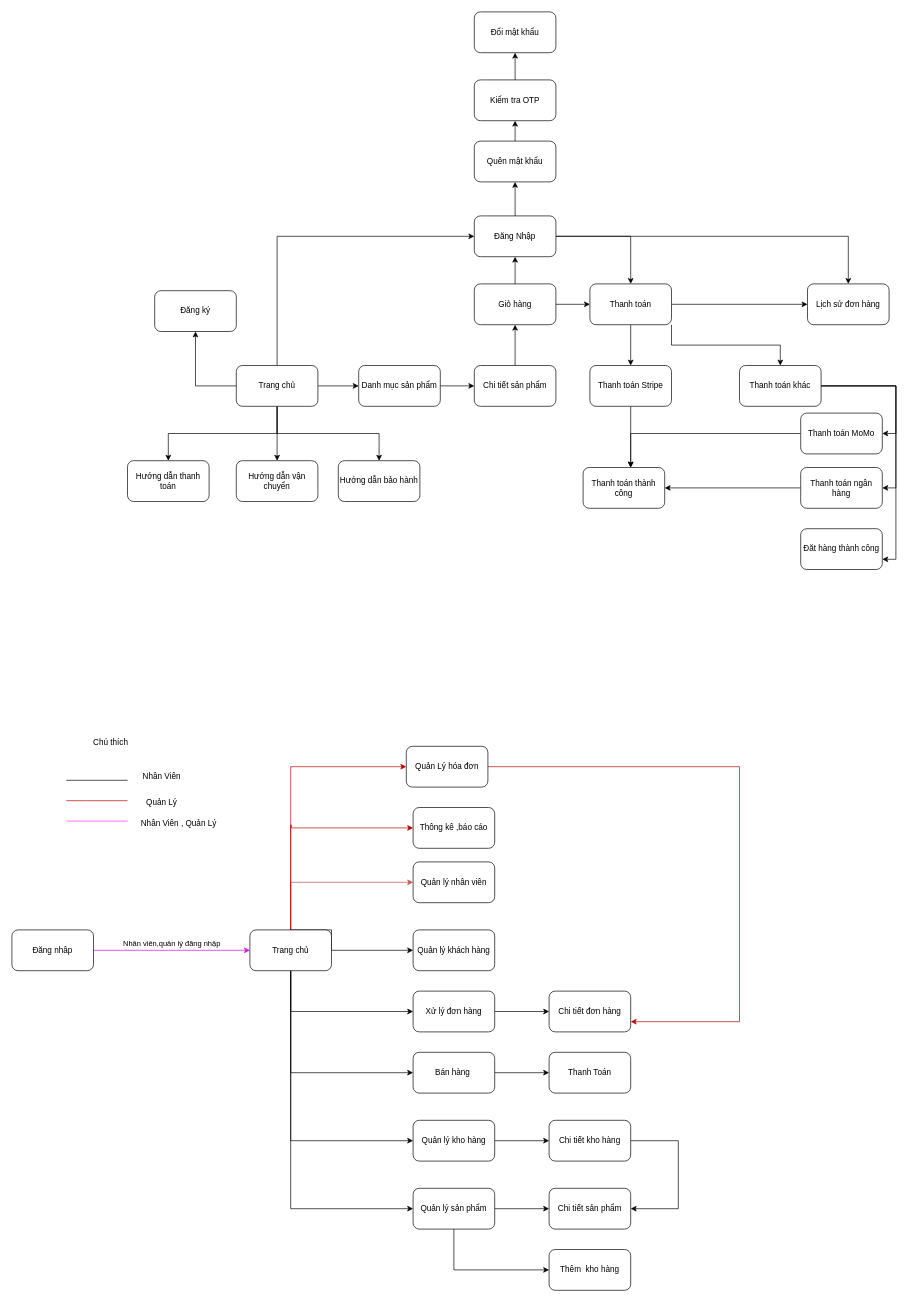
hoangtuandrive/GearVM keeps this draw.io diagram as Báo Cáo/SơĐồLuồngMànHình.drawio. Above is the earlier version. Source tidied: cells renumbered, new cells numbered last; positions are measured from the earlier drawing's top-left corner, leaving out a move shared by most shapes. Both pictures are drawn from the tidied source at 68%, with x=0, y=0 at pixel (12, 12).
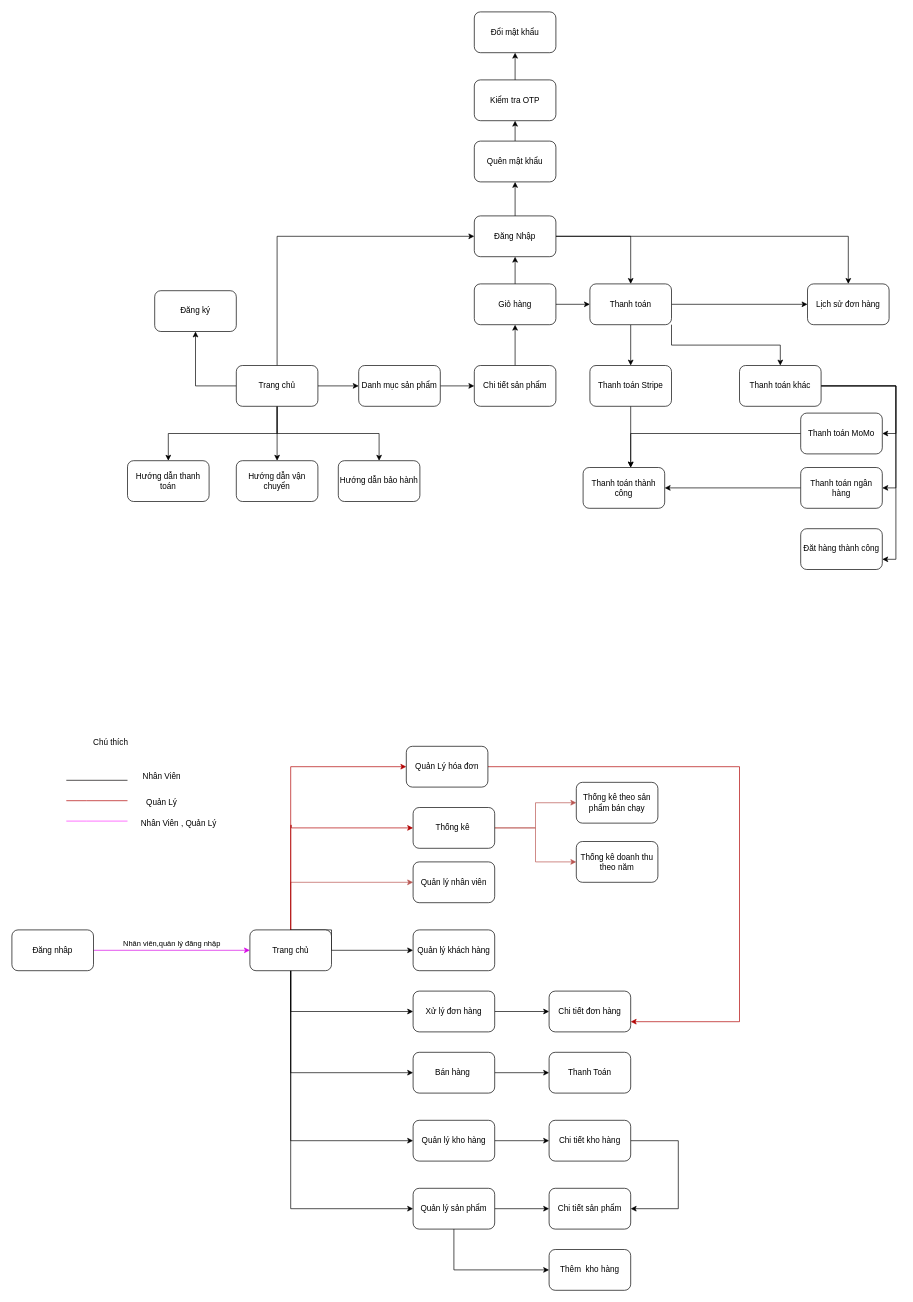
Above is the later version.

Change to the diagram source:
```diff
@@
+    <mxCell id="84" style="edgeStyle=orthogonalEdgeStyle;rounded=0;jettySize=auto;html=1;exitX=1;exitY=0.5;exitDx=0;exitDy=0;entryX=0;entryY=0.5;entryDx=0;entryDy=0;fillColor=#f8cecc;strokeColor=#b85450;" parent="1" edge="1" source="49" target="87">
+      <mxGeometry relative="1" as="geometry" />
+    </mxCell>
+    <mxCell id="85" style="edgeStyle=orthogonalEdgeStyle;rounded=0;jettySize=auto;html=1;exitX=1;exitY=0.5;exitDx=0;exitDy=0;entryX=0;entryY=0.5;entryDx=0;entryDy=0;fillColor=#f8cecc;strokeColor=#b85450;" parent="1" edge="1" source="49" target="86">
+      <mxGeometry relative="1" as="geometry" />
+    </mxCell>
-    <mxCell id="49" value="Thông kê ,báo cáo" style="rounded=1;whiteSpace=wrap;html=1;" parent="1" vertex="1">
+    <mxCell id="49" value="Thống kê&amp;nbsp;" style="rounded=1;whiteSpace=wrap;html=1;" parent="1" vertex="1">
       <mxGeometry x="590" y="1170" width="120" height="60" as="geometry" />
     </mxCell>
@@
+    <mxCell id="86" value="Thống kê theo sản phẩm bán chạy" style="rounded=1;whiteSpace=wrap;html=1;" parent="1" vertex="1">
+      <mxGeometry x="830" y="1133" width="120" height="60" as="geometry" />
+    </mxCell>
+    <mxCell id="87" value="Thống kê doanh thu theo năm" style="rounded=1;whiteSpace=wrap;html=1;" parent="1" vertex="1">
+      <mxGeometry x="830" y="1220" width="120" height="60" as="geometry" />
+    </mxCell>
```
